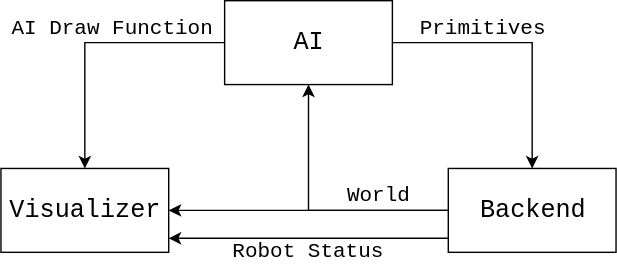
UBC-Thunderbots/Software keeps this draw.io diagram as docs/images/high_level_architecture_diagram.svg. Above is the earlier version. Source tidied: cells renumbered, new cells last; positions are measured from the earlier drawing's top-left corner, leaving out a move shared by most shapes. Its diagram source:
```xml
<mxGraphModel>
  <root>
    <mxCell id="0" />
    <mxCell id="1" parent="0" />
    <mxCell id="2" style="edgeStyle=orthogonalEdgeStyle;rounded=0;jettySize=auto;html=1;entryX=0.5;entryY=0;entryDx=0;entryDy=0;fontFamily=Courier New;fontSize=18;" parent="1" edge="1" source="4" target="7">
      <mxGeometry relative="1" as="geometry" />
    </mxCell>
    <mxCell id="3" style="edgeStyle=orthogonalEdgeStyle;rounded=0;jettySize=auto;html=1;entryX=0.5;entryY=0;entryDx=0;entryDy=0;fontFamily=Courier New;fontSize=15;" parent="1" edge="1" source="4" target="8">
      <mxGeometry relative="1" as="geometry" />
    </mxCell>
    <mxCell id="4" value="AI" style="whiteSpace=wrap;html=1;fontFamily=Courier New;fontSize=18;" parent="1" vertex="1">
      <mxGeometry x="160" width="120" height="60" as="geometry" />
    </mxCell>
    <mxCell id="5" style="edgeStyle=orthogonalEdgeStyle;rounded=0;jettySize=auto;html=1;entryX=1;entryY=0.5;entryDx=0;entryDy=0;fontFamily=Courier New;fontSize=18;" parent="1" edge="1" source="7" target="8">
      <mxGeometry relative="1" as="geometry" />
    </mxCell>
    <mxCell id="6" style="edgeStyle=orthogonalEdgeStyle;rounded=0;jettySize=auto;html=1;entryX=0.5;entryY=1;entryDx=0;entryDy=0;fontFamily=Courier New;fontSize=18;" parent="1" edge="1" source="7" target="4">
      <mxGeometry relative="1" as="geometry" />
    </mxCell>
    <mxCell id="7" value="Backend" style="whiteSpace=wrap;html=1;fontFamily=Courier New;fontSize=18;" parent="1" vertex="1">
      <mxGeometry x="320" y="120" width="120" height="60" as="geometry" />
    </mxCell>
    <mxCell id="8" value="Visualizer" style="whiteSpace=wrap;html=1;fontFamily=Courier New;fontSize=18;" parent="1" vertex="1">
      <mxGeometry y="120" width="120" height="60" as="geometry" />
    </mxCell>
    <mxCell id="9" value="World" style="text;html=1;align=center;verticalAlign=middle;fillColor=none;strokeColor=none;rounded=0;fontFamily=Courier New;fontSize=15;" parent="1" vertex="1">
      <mxGeometry x="235" y="125" width="70" height="30" as="geometry" />
    </mxCell>
    <mxCell id="10" value="&lt;div&gt;Primitives&lt;/div&gt;" style="text;html=1;align=center;verticalAlign=middle;fillColor=none;strokeColor=none;rounded=0;fontFamily=Courier New;fontSize=15;" parent="1" vertex="1">
      <mxGeometry x="290" y="10" width="110" height="20" as="geometry" />
    </mxCell>
    <mxCell id="11" value="AI Draw Function" style="text;html=1;align=center;verticalAlign=middle;fillColor=none;strokeColor=none;rounded=0;fontFamily=Courier New;fontSize=15;" parent="1" vertex="1">
      <mxGeometry y="10" width="160" height="20" as="geometry" />
    </mxCell>
    <mxCell id="12" style="edgeStyle=orthogonalEdgeStyle;rounded=0;orthogonalLoop=1;jettySize=auto;html=1;entryX=1;entryY=0.5;entryDx=0;entryDy=0;fontFamily=Courier New;fontSize=18;" parent="1" edge="1">
      <mxGeometry relative="1" as="geometry">
        <mxPoint x="320" y="169.9" as="sourcePoint" />
        <mxPoint x="120" y="169.9" as="targetPoint" />
      </mxGeometry>
    </mxCell>
    <mxCell id="13" value="Robot Status" style="text;html=1;align=center;verticalAlign=middle;fillColor=none;strokeColor=none;rounded=0;fontFamily=Courier New;fontSize=15;" parent="1" vertex="1">
      <mxGeometry x="160" y="170" width="120" height="20" as="geometry" />
    </mxCell>
  </root>
</mxGraphModel>
```
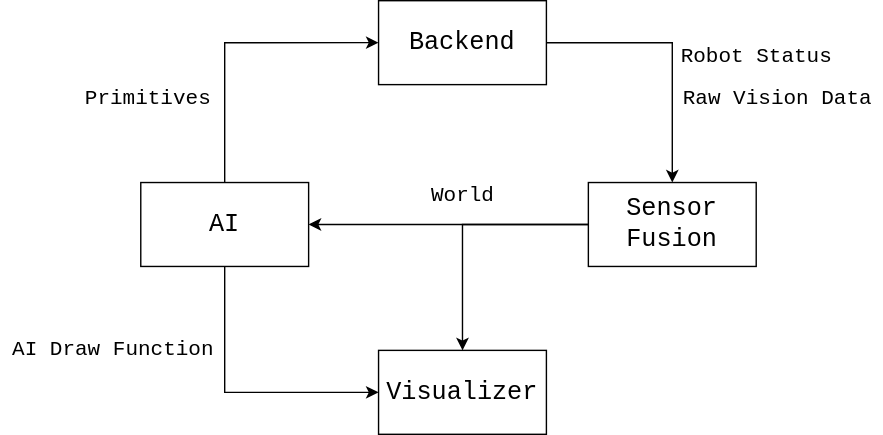
The same file after the commit.

Commit message:
Added SensorFusion to the high-level diagram

Diff of the diagram source:
```diff
@@ -2,44 +2,55 @@
   <root>
     <mxCell id="0" />
     <mxCell id="1" parent="0" />
+    <mxCell id="3" style="edgeStyle=orthogonalEdgeStyle;rounded=0;jettySize=auto;html=1;entryX=0;entryY=0.5;entryDx=0;entryDy=0;" parent="1" edge="1" source="4" target="8">
+      <mxGeometry relative="1" as="geometry">
+        <Array as="points">
+          <mxPoint x="60" y="50" />
+        </Array>
+      </mxGeometry>
+    </mxCell>
-    <mxCell id="2" style="edgeStyle=orthogonalEdgeStyle;rounded=0;jettySize=auto;html=1;entryX=0.5;entryY=0;entryDx=0;entryDy=0;fontFamily=Courier New;fontSize=18;" parent="1" edge="1" source="4" target="7">
-      <mxGeometry relative="1" as="geometry" />
+    <mxCell id="2" style="edgeStyle=orthogonalEdgeStyle;rounded=0;jettySize=auto;html=1;entryX=0;entryY=0.5;entryDx=0;entryDy=0;" parent="1" edge="1" source="4" target="7">
+      <mxGeometry relative="1" as="geometry">
+        <Array as="points">
+          <mxPoint x="60" y="-200" />
+        </Array>
+      </mxGeometry>
     </mxCell>
-    <mxCell id="3" style="edgeStyle=orthogonalEdgeStyle;rounded=0;jettySize=auto;html=1;entryX=0.5;entryY=0;entryDx=0;entryDy=0;fontFamily=Courier New;fontSize=15;" parent="1" edge="1" source="4" target="8">
-      <mxGeometry relative="1" as="geometry" />
-    </mxCell>
     <mxCell id="4" value="AI" style="whiteSpace=wrap;html=1;fontFamily=Courier New;fontSize=18;" parent="1" vertex="1">
-      <mxGeometry x="160" width="120" height="60" as="geometry" />
+      <mxGeometry y="-100" width="120" height="60" as="geometry" />
     </mxCell>
-    <mxCell id="5" style="edgeStyle=orthogonalEdgeStyle;rounded=0;jettySize=auto;html=1;entryX=1;entryY=0.5;entryDx=0;entryDy=0;fontFamily=Courier New;fontSize=18;" parent="1" edge="1" source="7" target="8">
-      <mxGeometry relative="1" as="geometry" />
-    </mxCell>
-    <mxCell id="6" style="edgeStyle=orthogonalEdgeStyle;rounded=0;jettySize=auto;html=1;entryX=0.5;entryY=1;entryDx=0;entryDy=0;fontFamily=Courier New;fontSize=18;" parent="1" edge="1" source="7" target="4">
-      <mxGeometry relative="1" as="geometry" />
-    </mxCell>
+    <mxCell id="14" style="edgeStyle=orthogonalEdgeStyle;rounded=0;jettySize=auto;html=1;entryX=0.5;entryY=0;entryDx=0;entryDy=0;" parent="1" edge="1" source="7" target="17">
+      <mxGeometry relative="1" as="geometry" />
+    </mxCell>
     <mxCell id="7" value="Backend" style="whiteSpace=wrap;html=1;fontFamily=Courier New;fontSize=18;" parent="1" vertex="1">
-      <mxGeometry x="320" y="120" width="120" height="60" as="geometry" />
+      <mxGeometry x="170" y="-230" width="120" height="60" as="geometry" />
     </mxCell>
     <mxCell id="8" value="Visualizer" style="whiteSpace=wrap;html=1;fontFamily=Courier New;fontSize=18;" parent="1" vertex="1">
-      <mxGeometry y="120" width="120" height="60" as="geometry" />
+      <mxGeometry x="170" y="20" width="120" height="60" as="geometry" />
     </mxCell>
-    <mxCell id="9" value="World" style="text;html=1;align=center;verticalAlign=middle;fillColor=none;strokeColor=none;rounded=0;fontFamily=Courier New;fontSize=15;" parent="1" vertex="1">
-      <mxGeometry x="235" y="125" width="70" height="30" as="geometry" />
+    <mxCell id="9" value="&lt;div&gt;Raw Vision Data&lt;/div&gt;" style="text;html=1;align=center;verticalAlign=middle;fillColor=none;strokeColor=none;rounded=0;fontFamily=Courier New;fontSize=15;" parent="1" vertex="1">
+      <mxGeometry x="380" y="-170" width="150" height="20" as="geometry" />
     </mxCell>
     <mxCell id="10" value="&lt;div&gt;Primitives&lt;/div&gt;" style="text;html=1;align=center;verticalAlign=middle;fillColor=none;strokeColor=none;rounded=0;fontFamily=Courier New;fontSize=15;" parent="1" vertex="1">
-      <mxGeometry x="290" y="10" width="110" height="20" as="geometry" />
+      <mxGeometry x="-50" y="-170" width="110" height="20" as="geometry" />
     </mxCell>
     <mxCell id="11" value="AI Draw Function" style="text;html=1;align=center;verticalAlign=middle;fillColor=none;strokeColor=none;rounded=0;fontFamily=Courier New;fontSize=15;" parent="1" vertex="1">
-      <mxGeometry y="10" width="160" height="20" as="geometry" />
+      <mxGeometry x="-100" y="10" width="160" height="20" as="geometry" />
     </mxCell>
-    <mxCell id="12" style="edgeStyle=orthogonalEdgeStyle;rounded=0;orthogonalLoop=1;jettySize=auto;html=1;entryX=1;entryY=0.5;entryDx=0;entryDy=0;fontFamily=Courier New;fontSize=18;" parent="1" edge="1">
-      <mxGeometry relative="1" as="geometry">
-        <mxPoint x="320" y="169.9" as="sourcePoint" />
-        <mxPoint x="120" y="169.9" as="targetPoint" />
-      </mxGeometry>
-    </mxCell>
     <mxCell id="13" value="Robot Status" style="text;html=1;align=center;verticalAlign=middle;fillColor=none;strokeColor=none;rounded=0;fontFamily=Courier New;fontSize=15;" parent="1" vertex="1">
-      <mxGeometry x="160" y="170" width="120" height="20" as="geometry" />
+      <mxGeometry x="380" y="-200" width="120" height="20" as="geometry" />
     </mxCell>
+    <mxCell id="15" style="edgeStyle=orthogonalEdgeStyle;rounded=0;jettySize=auto;html=1;entryX=1;entryY=0.5;entryDx=0;entryDy=0;" parent="1" edge="1" source="17" target="4">
+      <mxGeometry relative="1" as="geometry" />
+    </mxCell>
+    <mxCell id="16" style="edgeStyle=orthogonalEdgeStyle;rounded=0;jettySize=auto;html=1;" parent="1" edge="1" source="17" target="8">
+      <mxGeometry relative="1" as="geometry" />
+    </mxCell>
+    <mxCell id="17" value="&lt;div&gt;Sensor Fusion&lt;/div&gt;" style="whiteSpace=wrap;html=1;fontFamily=Courier New;fontSize=18;" parent="1" vertex="1">
+      <mxGeometry x="320" y="-100" width="120" height="60" as="geometry" />
+    </mxCell>
+    <mxCell id="18" value="World" style="text;html=1;align=center;verticalAlign=middle;fillColor=none;strokeColor=none;rounded=0;fontFamily=Courier New;fontSize=15;" parent="1" vertex="1">
+      <mxGeometry x="200" y="-100" width="60" height="20" as="geometry" />
+    </mxCell>
   </root>
 </mxGraphModel>
```
